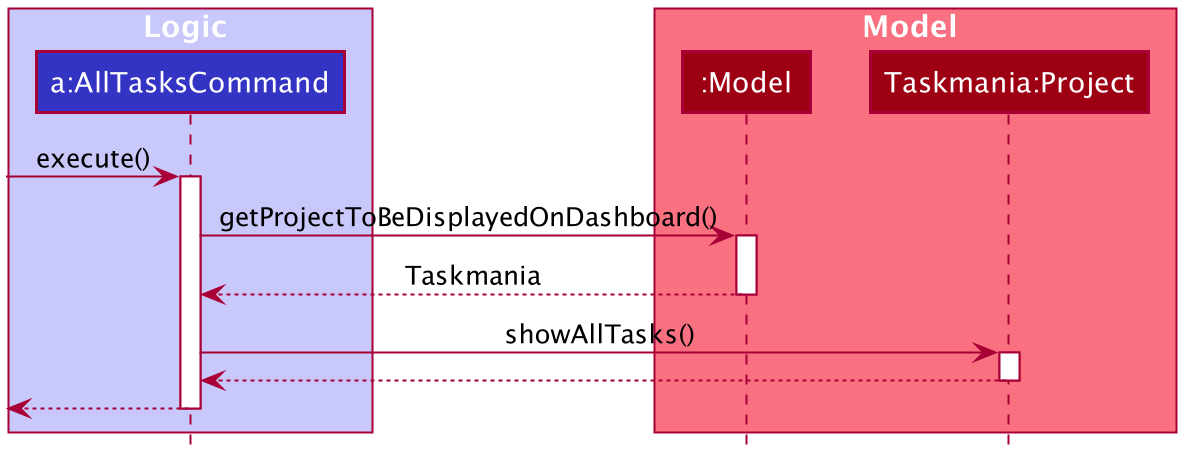
The PlantUML diagram docs/images/AllTasksSequenceDiagram.png in nus-cs2103-AY2021S1/tp, before a commit. The source it was exported from:
```plantuml
@startuml








skinparam BackgroundColor #FFFFFFF

skinparam Shadowing false

skinparam Class {
    FontColor #FFFFFF
    BorderThickness 1
    BorderColor #FFFFFF
    StereotypeFontColor #FFFFFF
    FontName Arial
}

skinparam Actor {
    BorderColor #000000
    Color #000000
    FontName Arial
}

skinparam Sequence {
    MessageAlign center
    BoxFontSize 15
    BoxPadding 0
    BoxFontColor #FFFFFF
    FontName Arial
}

skinparam Participant {
    FontColor #FFFFFFF
    Padding 20
}

skinparam MinClassWidth 50
skinparam ParticipantPadding 10
skinparam Shadowing false
skinparam DefaultTextAlignment center
skinparam packageStyle Rectangle

hide footbox
hide members
hide circle

box Logic #C8C8FA
participant "a:AllTasksCommand" as AllTasksCommand #3333C4
end box

box Model #F97181
participant ":Model" as Model #9D0012
participant "Taskmania:Project" as Project #9D0012
end box

[-> AllTasksCommand : execute()
activate AllTasksCommand

AllTasksCommand -> Model : getProjectToBeDisplayedOnDashboard()
activate Model

Model --> AllTasksCommand : Taskmania
deactivate Model

AllTasksCommand -> Project : showAllTasks()
activate Project

Project --> AllTasksCommand :
deactivate Project

[<--AllTasksCommand
deactivate AllTasksCommand
@enduml
```
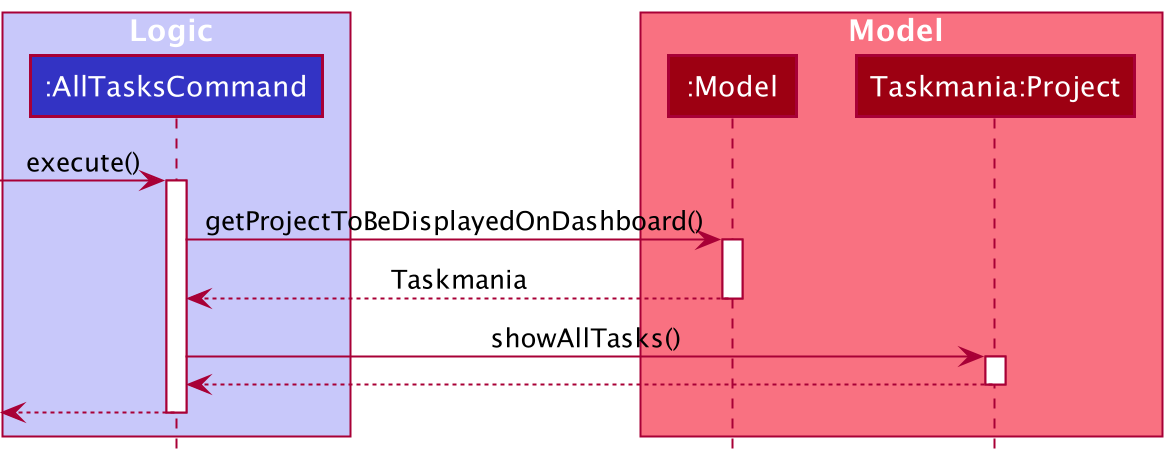
The same file after the commit.

The edit, as a diff of the source:
```diff
@@ -1,60 +1,13 @@
 @startuml
+!include style.puml
 
-
-
-
-
-
-
-
-skinparam BackgroundColor #FFFFFFF
-
-skinparam Shadowing false
-
-skinparam Class {
-    FontColor #FFFFFF
-    BorderThickness 1
-    BorderColor #FFFFFF
-    StereotypeFontColor #FFFFFF
-    FontName Arial
-}
-
-skinparam Actor {
-    BorderColor #000000
-    Color #000000
-    FontName Arial
-}
-
-skinparam Sequence {
-    MessageAlign center
-    BoxFontSize 15
-    BoxPadding 0
-    BoxFontColor #FFFFFF
-    FontName Arial
-}
-
-skinparam Participant {
-    FontColor #FFFFFFF
-    Padding 20
-}
-
-skinparam MinClassWidth 50
-skinparam ParticipantPadding 10
-skinparam Shadowing false
-skinparam DefaultTextAlignment center
-skinparam packageStyle Rectangle
-
-hide footbox
-hide members
-hide circle
-
-box Logic #C8C8FA
-participant "a:AllTasksCommand" as AllTasksCommand #3333C4
+box Logic LOGIC_COLOR_T1
+participant ":AllTasksCommand" as AllTasksCommand LOGIC_COLOR
 end box
 
-box Model #F97181
-participant ":Model" as Model #9D0012
-participant "Taskmania:Project" as Project #9D0012
+box Model MODEL_COLOR_T1
+participant ":Model" as Model MODEL_COLOR
+participant "Taskmania:Project" as Project MODEL_COLOR
 end box
 
 [-> AllTasksCommand : execute()
```
